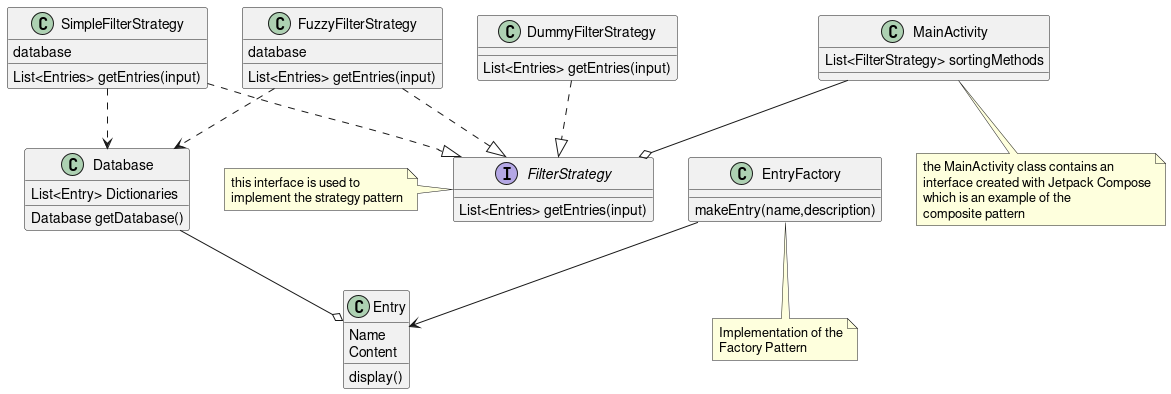
The PlantUML diagram resources/class-diagram.png in sesh9096/ooad_semester_project, before a commit.
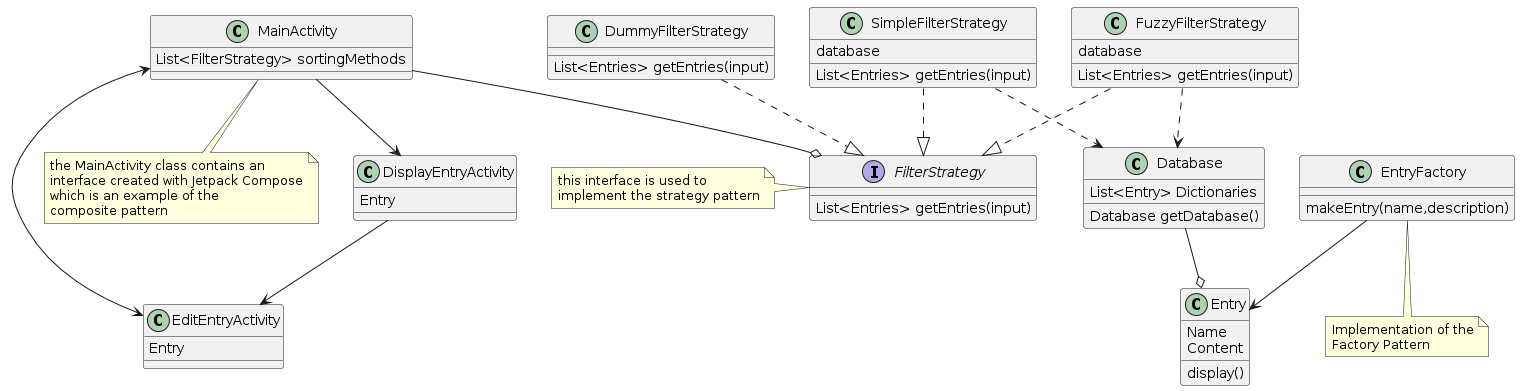
After the commit.

What changed in the source:
```diff
@@ -31,6 +31,14 @@
 	List<FilterStrategy> sortingMethods
 }
 note bottom: the MainActivity class contains an\ninterface created with Jetpack Compose\nwhich is an example of the\ncomposite pattern
+Class EditEntryActivity {
+	Entry
+}
+Class DisplayEntryActivity {
+        Entry
+}
+
+
 SimpleFilterStrategy ..|> FilterStrategy
 FuzzyFilterStrategy ..|> FilterStrategy
 DummyFilterStrategy ..|> FilterStrategy
@@ -38,5 +46,8 @@
 FuzzyFilterStrategy ..> Database
 Database --o Entry
 MainActivity --o FilterStrategy
+MainActivity <-> EditEntryActivity
 EntryFactory --> Entry
+MainActivity --> DisplayEntryActivity
+DisplayEntryActivity --> EditEntryActivity
 @enduml
```
